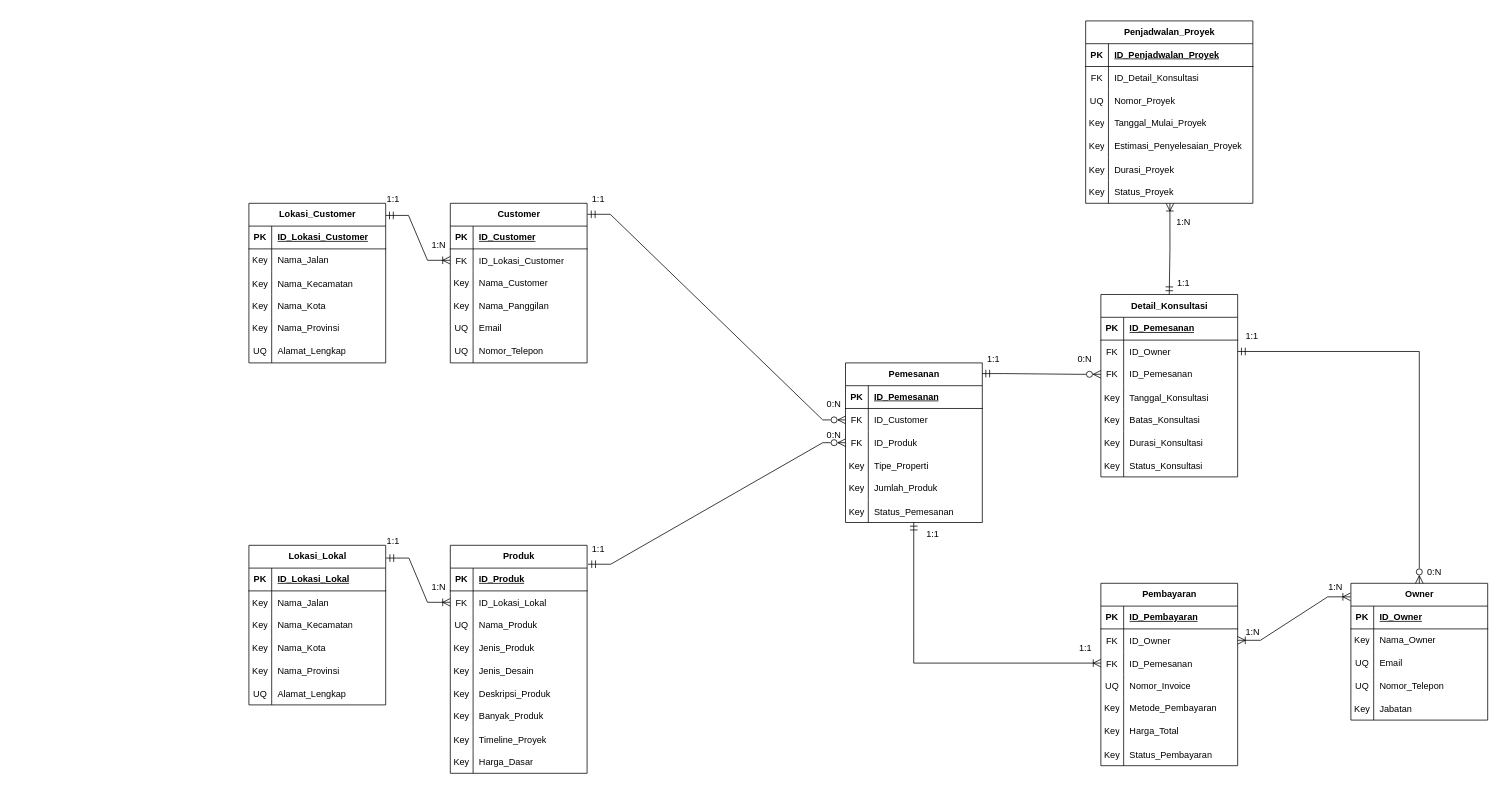
Earlier version of the draw.io diagram page "Revisi-2" (2 of 2) of sistem-kitchen-set-interior.drawio (King-Ag-Jv/Project-Atrem). Source tidied: cells renumbered, new cells numbered last; positions are measured from the earlier drawing's top-left corner, leaving out a move shared by most shapes. Both pictures are drawn from the tidied source at 76%, with x=0, y=0 at pixel (249, 21).
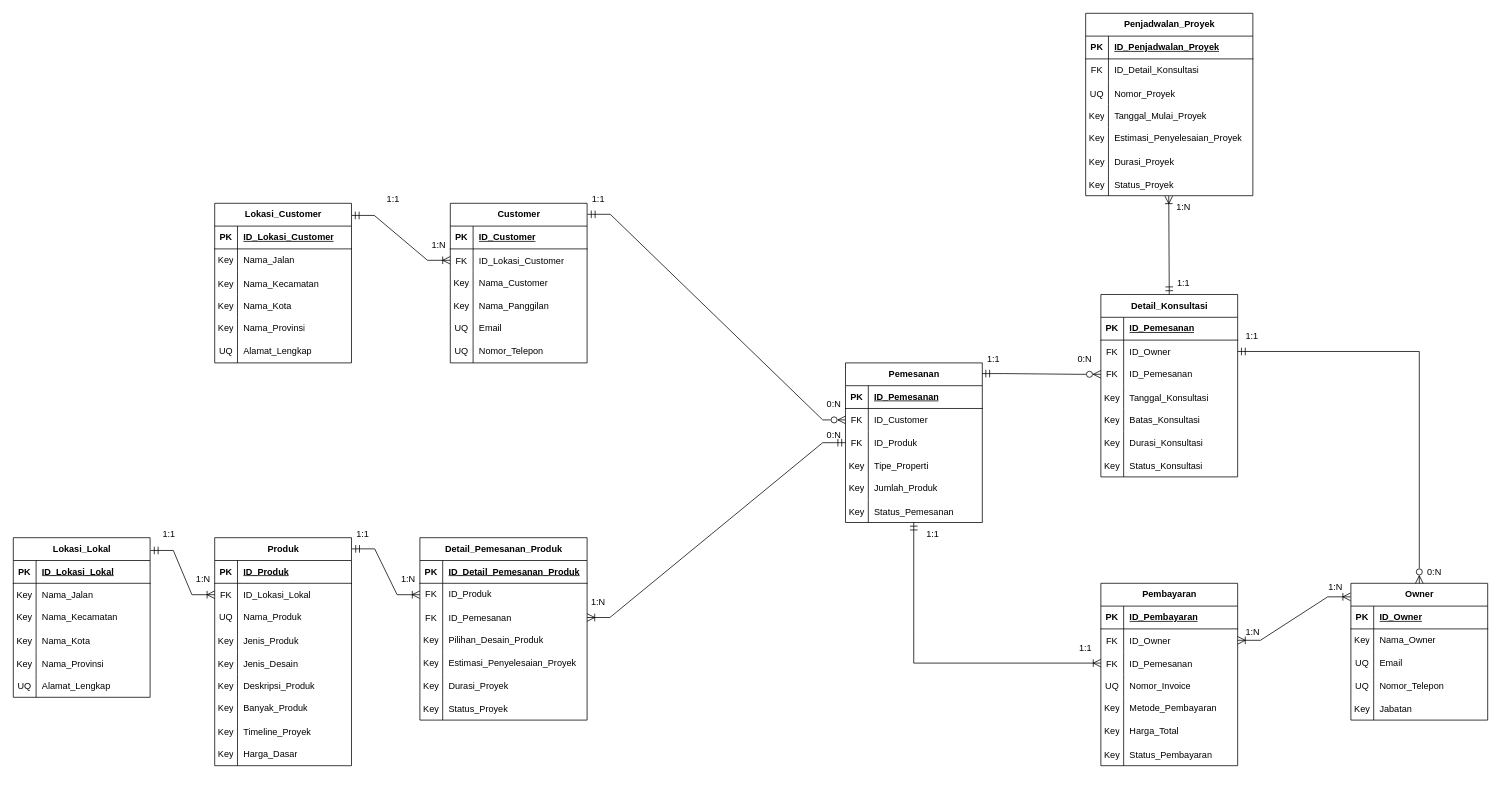
The same diagram, later.

The change refers to these unchanged cells:
```xml
<mxCell id="88" style="shape=tableRow;horizontal=0;startSize=0;swimlaneHead=0;swimlaneBody=0;fillColor=none;top=0;left=0;right=0;bottom=1;" parent="87" vertex="1">
  <mxGeometry y="30" width="220" height="30" as="geometry" />
</mxCell>
<mxCell id="91" style="shape=tableRow;horizontal=0;startSize=0;swimlaneHead=0;swimlaneBody=0;fillColor=none;points=[[0,0.5],[1,0.5]];portConstraint=eastwest;top=0;left=0;right=0;bottom=0;" parent="87" vertex="1">
  <mxGeometry y="60" width="220" height="30" as="geometry" />
</mxCell>
<mxCell id="94" style="shape=tableRow;horizontal=0;startSize=0;swimlaneHead=0;swimlaneBody=0;fillColor=none;points=[[0,0.5],[1,0.5]];portConstraint=eastwest;top=0;left=0;right=0;bottom=0;" parent="87" vertex="1">
  <mxGeometry y="90" width="220" height="30" as="geometry" />
</mxCell>
<mxCell id="97" style="shape=tableRow;horizontal=0;startSize=0;swimlaneHead=0;swimlaneBody=0;fillColor=none;top=0;left=0;right=0;bottom=0;" parent="87" vertex="1">
  <mxGeometry y="120" width="220" height="30" as="geometry" />
</mxCell>
<mxCell id="106" style="shape=tableRow;horizontal=0;startSize=0;swimlaneHead=0;swimlaneBody=0;fillColor=none;points=[[0,0.5],[1,0.5]];portConstraint=eastwest;top=0;left=0;right=0;bottom=0;" parent="87" vertex="1">
  <mxGeometry y="210" width="220" height="30" as="geometry" />
</mxCell>
<mxCell id="116" style="shape=tableRow;horizontal=0;startSize=0;swimlaneHead=0;swimlaneBody=0;fillColor=none;points=[[0,0.5],[1,0.5]];portConstraint=eastwest;top=0;left=0;right=0;bottom=0;" parent="109" vertex="1">
  <mxGeometry y="90" width="180" height="30" as="geometry" />
</mxCell>
<mxCell id="128" value="Detail_Konsultasi" style="shape=table;startSize=30;childLayout=tableLayout;rowLines=0;fontStyle=1;align=center;html=1;" parent="1" vertex="1">
  <mxGeometry x="1121" y="360" width="180" height="240" as="geometry" />
</mxCell>
```

Change to the diagram source:
```diff
@@
     <mxCell id="2" value="Produk" style="shape=table;startSize=30;childLayout=tableLayout;rowLines=0;fontStyle=1;align=center;html=1;" parent="1" vertex="1">
-      <mxGeometry x="265" y="690" width="180" height="300" as="geometry" />
+      <mxGeometry x="-45" y="680" width="180" height="300" as="geometry" />
     </mxCell>
@@
-    <mxCell id="87" value="Penjadwalan_Proyek" style="shape=table;startSize=30;childLayout=tableLayout;rowLines=0;fontStyle=1;align=center;html=1;" parent="1" vertex="1">
-      <mxGeometry x="1101" width="220" height="240" as="geometry" />
+    <mxCell id="87" value="Detail_Pemesanan_Produk" style="shape=table;startSize=30;childLayout=tableLayout;rowLines=0;fontStyle=1;align=center;html=1;" parent="1" vertex="1">
+      <mxGeometry x="225" y="680" width="220" height="240" as="geometry" />
     </mxCell>
@@
-    <mxCell id="90" value="ID_Penjadwalan_Proyek" style="shape=partialRectangle;fillColor=none;top=0;left=0;bottom=0;right=0;align=left;spacingLeft=6;fontStyle=5;overflow=hidden;whiteSpace=wrap;html=1;" parent="88" vertex="1">
+    <mxCell id="90" value="ID_Detail_Pemesanan_Produk" style="shape=partialRectangle;fillColor=none;top=0;left=0;bottom=0;right=0;align=left;spacingLeft=6;fontStyle=5;overflow=hidden;whiteSpace=wrap;html=1;" parent="88" vertex="1">
       <mxGeometry x="30" width="190" height="30" as="geometry" />
     </mxCell>
@@
-    <mxCell id="93" value="ID_Detail_Konsultasi" style="shape=partialRectangle;fillColor=none;top=0;left=0;bottom=0;right=0;align=left;spacingLeft=6;overflow=hidden;whiteSpace=wrap;html=1;" parent="91" vertex="1">
+    <mxCell id="93" value="ID_Produk" style="shape=partialRectangle;fillColor=none;top=0;left=0;bottom=0;right=0;align=left;spacingLeft=6;overflow=hidden;whiteSpace=wrap;html=1;" parent="91" vertex="1">
       <mxGeometry x="30" width="190" height="30" as="geometry" />
     </mxCell>
@@
-    <mxCell id="95" value="UQ" style="shape=partialRectangle;fillColor=none;top=0;left=0;bottom=0;right=0;overflow=hidden;" parent="94" vertex="1">
+    <mxCell id="95" value="FK" style="shape=partialRectangle;fillColor=none;top=0;left=0;bottom=0;right=0;overflow=hidden;" parent="94" vertex="1">
       <mxGeometry width="30" height="30" as="geometry" />
     </mxCell>
-    <mxCell id="96" value="Nomor_Proyek" style="shape=partialRectangle;fillColor=none;top=0;left=0;bottom=0;right=0;align=left;spacingLeft=6;overflow=hidden;" parent="94" vertex="1">
+    <mxCell id="96" value="ID_Pemesanan" style="shape=partialRectangle;fillColor=none;top=0;left=0;bottom=0;right=0;align=left;spacingLeft=6;overflow=hidden;" parent="94" vertex="1">
       <mxGeometry x="30" width="190" height="30" as="geometry" />
     </mxCell>
@@
-    <mxCell id="99" value="Tanggal_Mulai_Proyek" style="shape=partialRectangle;fillColor=none;top=0;left=0;bottom=0;right=0;align=left;spacingLeft=6;overflow=hidden;whiteSpace=wrap;html=1;" parent="97" vertex="1">
+    <mxCell id="99" value="Pilihan_Desain_Produk" style="shape=partialRectangle;fillColor=none;top=0;left=0;bottom=0;right=0;align=left;spacingLeft=6;overflow=hidden;whiteSpace=wrap;html=1;" parent="97" vertex="1">
       <mxGeometry x="30" width="190" height="30" as="geometry" />
     </mxCell>
@@
     <mxCell id="151" value="Lokasi_Lokal" style="shape=table;startSize=30;childLayout=tableLayout;rowLines=0;fontStyle=1;align=center;html=1;" parent="1" vertex="1">
-      <mxGeometry y="690" width="180" height="210" as="geometry" />
+      <mxGeometry x="-310" y="680" width="180" height="210" as="geometry" />
     </mxCell>
@@
     <mxCell id="172" value="Lokasi_Customer" style="shape=table;startSize=30;childLayout=tableLayout;rowLines=0;fontStyle=1;align=center;html=1;" parent="1" vertex="1">
-      <mxGeometry y="240" width="180" height="210" as="geometry" />
+      <mxGeometry x="-45" y="240" width="180" height="210" as="geometry" />
     </mxCell>
@@
-    <mxCell id="193" style="fontSize=12;html=1;endArrow=ERzeroToMany;endFill=0;rounded=0;startSize=8;endSize=8;startArrow=ERmandOne;startFill=0;exitX=1.006;exitY=0.083;exitDx=0;exitDy=0;exitPerimeter=0;edgeStyle=entityRelationEdgeStyle;entryX=0;entryY=0.5;entryDx=0;entryDy=0;" parent="1" edge="1" source="2" target="116">
+    <mxCell id="193" style="fontSize=12;html=1;endArrow=ERmandOne;endFill=0;rounded=0;startSize=8;endSize=8;startArrow=ERoneToMany;startFill=0;exitX=1;exitY=0.5;exitDx=0;exitDy=0;edgeStyle=entityRelationEdgeStyle;entryX=0;entryY=0.5;entryDx=0;entryDy=0;" parent="1" edge="1" source="94" target="116">
       <mxGeometry relative="1" as="geometry" />
     </mxCell>
-    <mxCell id="194" style="fontSize=12;html=1;endArrow=ERmandOne;endFill=0;rounded=0;startSize=8;endSize=8;startArrow=ERoneToMany;startFill=0;exitX=0.504;exitY=1.004;exitDx=0;exitDy=0;exitPerimeter=0;edgeStyle=orthogonalEdgeStyle;entryX=0.5;entryY=0;entryDx=0;entryDy=0;" parent="1" edge="1" source="106" target="128">
-      <mxGeometry relative="1" as="geometry" />
-    </mxCell>
@@
     <mxCell id="199" value="1:1" style="text;html=1;whiteSpace=wrap;strokeColor=none;fillColor=none;align=center;verticalAlign=middle;rounded=0;" parent="1" vertex="1">
-      <mxGeometry x="160" y="670" width="60" height="30" as="geometry" />
+      <mxGeometry x="-135" y="660" width="60" height="30" as="geometry" />
     </mxCell>
     <mxCell id="200" value="1:N" style="text;html=1;whiteSpace=wrap;strokeColor=none;fillColor=none;align=center;verticalAlign=middle;rounded=0;" parent="1" vertex="1">
-      <mxGeometry x="220" y="730" width="60" height="30" as="geometry" />
+      <mxGeometry x="-90" y="720" width="60" height="30" as="geometry" />
     </mxCell>
     <mxCell id="201" value="1:1" style="text;html=1;whiteSpace=wrap;strokeColor=none;fillColor=none;align=center;verticalAlign=middle;rounded=0;" parent="1" vertex="1">
-      <mxGeometry x="430" y="680" width="60" height="30" as="geometry" />
+      <mxGeometry x="120" y="660" width="60" height="30" as="geometry" />
     </mxCell>
@@
-    <mxCell id="206" value="1:1" style="text;html=1;whiteSpace=wrap;strokeColor=none;fillColor=none;align=center;verticalAlign=middle;rounded=0;" parent="1" vertex="1">
-      <mxGeometry x="1200" y="330" width="60" height="30" as="geometry" />
-    </mxCell>
@@
-    <mxCell id="208" value="1:N" style="text;html=1;whiteSpace=wrap;strokeColor=none;fillColor=none;align=center;verticalAlign=middle;rounded=0;" parent="1" vertex="1">
-      <mxGeometry x="1200" y="250" width="60" height="30" as="geometry" />
-    </mxCell>
@@
+    <mxCell id="215" style="edgeStyle=entityRelationEdgeStyle;fontSize=12;html=1;endArrow=ERoneToMany;endFill=0;rounded=0;startSize=8;endSize=8;curved=0;exitX=1.003;exitY=0.049;exitDx=0;exitDy=0;exitPerimeter=0;entryX=0;entryY=0.5;entryDx=0;entryDy=0;startArrow=ERmandOne;startFill=0;" parent="1" edge="1" source="2" target="91">
+      <mxGeometry relative="1" as="geometry" />
+    </mxCell>
+    <mxCell id="216" value="1:N" style="text;html=1;whiteSpace=wrap;strokeColor=none;fillColor=none;align=center;verticalAlign=middle;rounded=0;" parent="1" vertex="1">
+      <mxGeometry x="180" y="720" width="60" height="30" as="geometry" />
+    </mxCell>
+    <mxCell id="217" value="1:N" style="text;html=1;whiteSpace=wrap;strokeColor=none;fillColor=none;align=center;verticalAlign=middle;rounded=0;" parent="1" vertex="1">
+      <mxGeometry x="430" y="750" width="60" height="30" as="geometry" />
+    </mxCell>
+    <mxCell id="218" value="Penjadwalan_Proyek" style="shape=table;startSize=30;childLayout=tableLayout;rowLines=0;fontStyle=1;align=center;html=1;" parent="1" vertex="1">
+      <mxGeometry x="1101" y="-10" width="220" height="240" as="geometry" />
+    </mxCell>
+    <mxCell id="219" style="shape=tableRow;horizontal=0;startSize=0;swimlaneHead=0;swimlaneBody=0;fillColor=none;top=0;left=0;right=0;bottom=1;" parent="218" vertex="1">
+      <mxGeometry y="30" width="220" height="30" as="geometry" />
+    </mxCell>
+    <mxCell id="220" value="PK" style="shape=partialRectangle;fillColor=none;top=0;left=0;bottom=0;right=0;fontStyle=1;overflow=hidden;whiteSpace=wrap;html=1;" parent="219" vertex="1">
+      <mxGeometry width="30" height="30" as="geometry" />
+    </mxCell>
+    <mxCell id="221" value="ID_Penjadwalan_Proyek" style="shape=partialRectangle;fillColor=none;top=0;left=0;bottom=0;right=0;align=left;spacingLeft=6;fontStyle=5;overflow=hidden;whiteSpace=wrap;html=1;" parent="219" vertex="1">
+      <mxGeometry x="30" width="190" height="30" as="geometry" />
+    </mxCell>
+    <mxCell id="222" style="shape=tableRow;horizontal=0;startSize=0;swimlaneHead=0;swimlaneBody=0;fillColor=none;top=0;left=0;right=0;bottom=0;" parent="218" vertex="1">
+      <mxGeometry y="60" width="220" height="30" as="geometry" />
+    </mxCell>
+    <mxCell id="223" value="FK" style="shape=partialRectangle;fillColor=none;top=0;left=0;bottom=0;right=0;overflow=hidden;whiteSpace=wrap;html=1;" parent="222" vertex="1">
+      <mxGeometry width="30" height="30" as="geometry" />
+    </mxCell>
+    <mxCell id="224" value="ID_Detail_Konsultasi" style="shape=partialRectangle;fillColor=none;top=0;left=0;bottom=0;right=0;align=left;spacingLeft=6;overflow=hidden;whiteSpace=wrap;html=1;" parent="222" vertex="1">
+      <mxGeometry x="30" width="190" height="30" as="geometry" />
+    </mxCell>
+    <mxCell id="225" style="shape=tableRow;horizontal=0;startSize=0;swimlaneHead=0;swimlaneBody=0;fillColor=none;top=0;left=0;right=0;bottom=0;" parent="218" vertex="1">
+      <mxGeometry y="90" width="220" height="30" as="geometry" />
+    </mxCell>
+    <mxCell id="226" value="UQ" style="shape=partialRectangle;fillColor=none;top=0;left=0;bottom=0;right=0;overflow=hidden;" parent="225" vertex="1">
+      <mxGeometry width="30" height="30" as="geometry" />
+    </mxCell>
+    <mxCell id="227" value="Nomor_Proyek" style="shape=partialRectangle;fillColor=none;top=0;left=0;bottom=0;right=0;align=left;spacingLeft=6;overflow=hidden;" parent="225" vertex="1">
+      <mxGeometry x="30" width="190" height="30" as="geometry" />
+    </mxCell>
+    <mxCell id="228" style="shape=tableRow;horizontal=0;startSize=0;swimlaneHead=0;swimlaneBody=0;fillColor=none;top=0;left=0;right=0;bottom=0;" parent="218" vertex="1">
+      <mxGeometry y="120" width="220" height="30" as="geometry" />
+    </mxCell>
+    <mxCell id="229" value="Key" style="shape=partialRectangle;fillColor=none;top=0;left=0;bottom=0;right=0;overflow=hidden;whiteSpace=wrap;html=1;" parent="228" vertex="1">
+      <mxGeometry width="30" height="30" as="geometry" />
+    </mxCell>
+    <mxCell id="230" value="Tanggal_Mulai_Proyek" style="shape=partialRectangle;fillColor=none;top=0;left=0;bottom=0;right=0;align=left;spacingLeft=6;overflow=hidden;whiteSpace=wrap;html=1;" parent="228" vertex="1">
+      <mxGeometry x="30" width="190" height="30" as="geometry" />
+    </mxCell>
+    <mxCell id="231" style="shape=tableRow;horizontal=0;startSize=0;swimlaneHead=0;swimlaneBody=0;fillColor=none;top=0;left=0;right=0;bottom=0;" parent="218" vertex="1">
+      <mxGeometry y="150" width="220" height="30" as="geometry" />
+    </mxCell>
+    <mxCell id="232" value="Key" style="shape=partialRectangle;fillColor=none;top=0;left=0;bottom=0;right=0;overflow=hidden;whiteSpace=wrap;html=1;" parent="231" vertex="1">
+      <mxGeometry width="30" height="30" as="geometry" />
+    </mxCell>
+    <mxCell id="233" value="Estimasi_Penyelesaian_Proyek" style="shape=partialRectangle;fillColor=none;top=0;left=0;bottom=0;right=0;align=left;spacingLeft=6;overflow=hidden;whiteSpace=wrap;html=1;" parent="231" vertex="1">
+      <mxGeometry x="30" width="190" height="30" as="geometry" />
+    </mxCell>
+    <mxCell id="234" style="shape=tableRow;horizontal=0;startSize=0;swimlaneHead=0;swimlaneBody=0;fillColor=none;top=0;left=0;right=0;bottom=0;" parent="218" vertex="1">
+      <mxGeometry y="180" width="220" height="30" as="geometry" />
+    </mxCell>
+    <mxCell id="235" value="Key" style="shape=partialRectangle;fillColor=none;top=0;left=0;bottom=0;right=0;overflow=hidden;" parent="234" vertex="1">
+      <mxGeometry width="30" height="30" as="geometry" />
+    </mxCell>
+    <mxCell id="236" value="Durasi_Proyek" style="shape=partialRectangle;fillColor=none;top=0;left=0;bottom=0;right=0;align=left;spacingLeft=6;overflow=hidden;" parent="234" vertex="1">
+      <mxGeometry x="30" width="190" height="30" as="geometry" />
+    </mxCell>
+    <mxCell id="237" style="shape=tableRow;horizontal=0;startSize=0;swimlaneHead=0;swimlaneBody=0;fillColor=none;points=[[0,0.5],[1,0.5]];portConstraint=eastwest;top=0;left=0;right=0;bottom=0;" parent="218" vertex="1">
+      <mxGeometry y="210" width="220" height="30" as="geometry" />
+    </mxCell>
+    <mxCell id="238" value="Key" style="shape=partialRectangle;fillColor=none;top=0;left=0;bottom=0;right=0;overflow=hidden;" parent="237" vertex="1">
+      <mxGeometry width="30" height="30" as="geometry" />
+    </mxCell>
+    <mxCell id="239" value="Status_Proyek" style="shape=partialRectangle;fillColor=none;top=0;left=0;bottom=0;right=0;align=left;spacingLeft=6;overflow=hidden;" parent="237" vertex="1">
+      <mxGeometry x="30" width="190" height="30" as="geometry" />
+    </mxCell>
+    <mxCell id="240" style="fontSize=12;html=1;endArrow=ERmandOne;endFill=0;rounded=0;startSize=8;endSize=8;startArrow=ERoneToMany;startFill=0;entryX=0.5;entryY=0;entryDx=0;entryDy=0;exitX=0.497;exitY=1.015;exitDx=0;exitDy=0;exitPerimeter=0;" parent="1" edge="1" source="237" target="128">
+      <mxGeometry relative="1" as="geometry" />
+    </mxCell>
+    <mxCell id="206" value="1:1" style="text;html=1;whiteSpace=wrap;strokeColor=none;fillColor=none;align=center;verticalAlign=middle;rounded=0;" parent="1" vertex="1">
+      <mxGeometry x="1200" y="330" width="60" height="30" as="geometry" />
+    </mxCell>
+    <mxCell id="241" value="1:N" style="text;html=1;whiteSpace=wrap;strokeColor=none;fillColor=none;align=center;verticalAlign=middle;rounded=0;" parent="1" vertex="1">
+      <mxGeometry x="1200" y="230" width="60" height="30" as="geometry" />
+    </mxCell>
```
